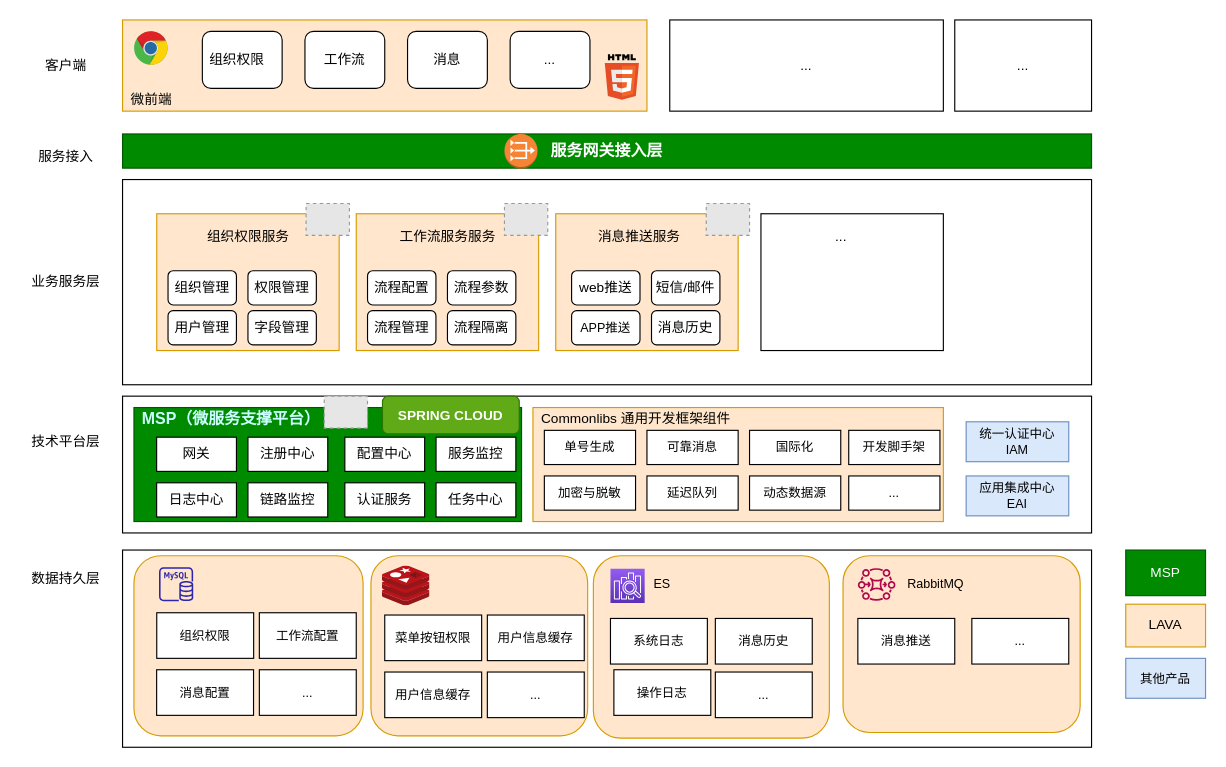
Before: lava整体架构介绍.drawio in ambluse/architect, a draw.io diagram. Source tidied: cells renumbered, new cells numbered last; positions are measured from the earlier drawing's top-left corner, leaving out a move shared by most shapes. Both pictures are drawn from the tidied source at 114%, with x=0, y=0 at pixel (19, 19). Pictures stored in the file or linked from it are replaced by grey dashed boxes.
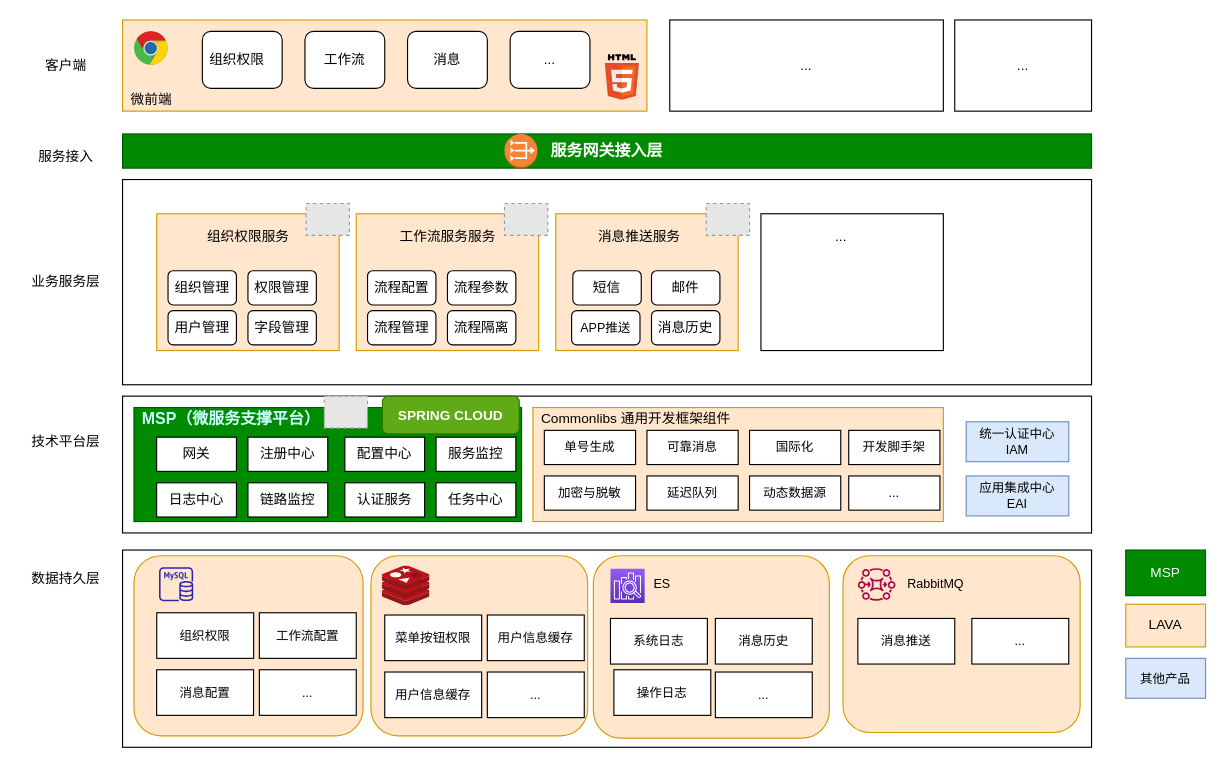
The same page after the edit.

Commit message:
更新lava整体架构介绍.drawio

What changed in the source:
```diff
@@
-    <mxCell id="29" value="web推送" style="rounded=1;whiteSpace=wrap;html=1;" parent="1" vertex="1">
-      <mxGeometry x="483.9" y="220" width="60" height="30" as="geometry" />
-    </mxCell>
-    <mxCell id="30" value="短信/邮件" style="rounded=1;whiteSpace=wrap;html=1;" parent="1" vertex="1">
-      <mxGeometry x="554" y="220" width="60" height="30" as="geometry" />
+    <mxCell id="30" value="短信" style="rounded=1;whiteSpace=wrap;html=1;" parent="1" vertex="1">
+      <mxGeometry x="485" y="220" width="60" height="30" as="geometry" />
     </mxCell>
@@
+    <mxCell id="97" value="邮件" style="rounded=1;whiteSpace=wrap;html=1;" parent="1" vertex="1">
+      <mxGeometry x="554" y="220" width="60" height="30" as="geometry" />
+    </mxCell>
```
